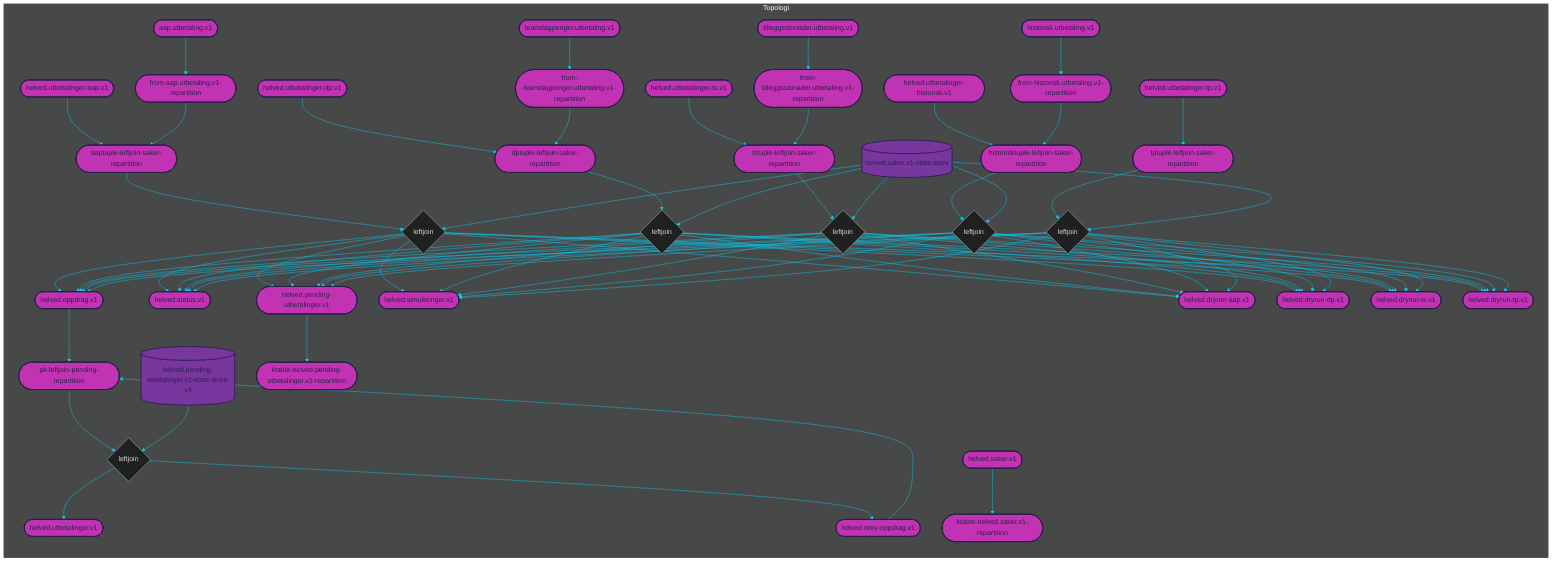
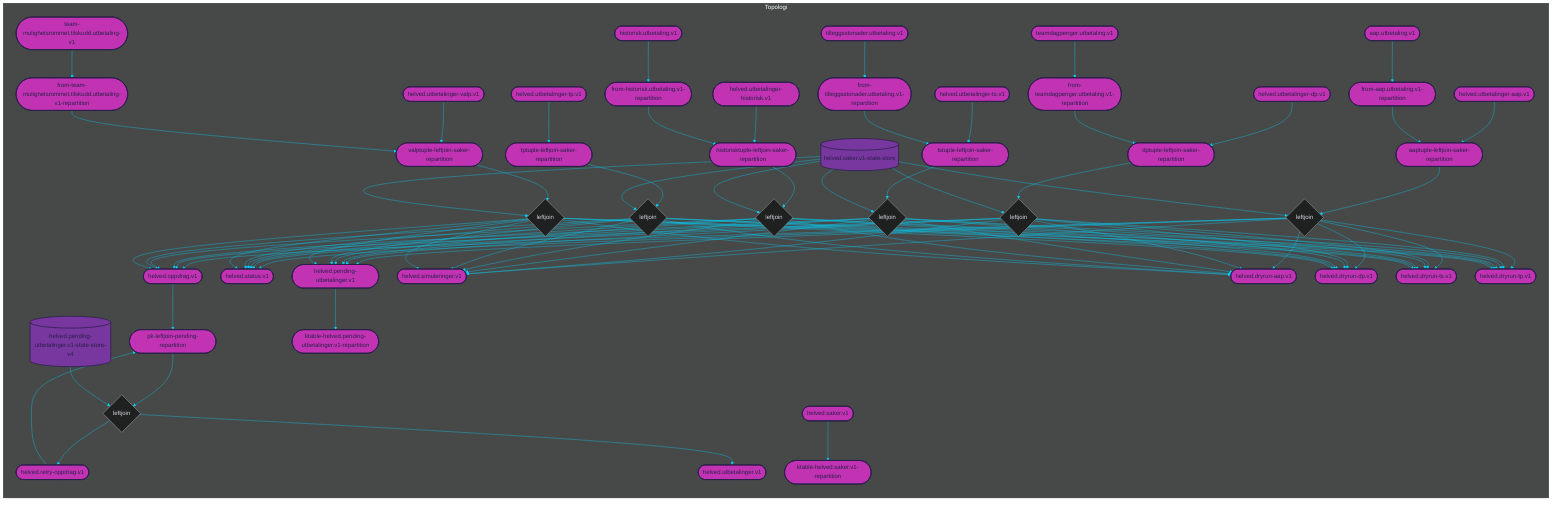

%%{init: {'theme': 'dark', 'themeVariables': { 'primaryColor': '#07cff6', 'textColor': '#dad9e0', 'lineColor': '#07cff6'}}}%%

graph LR

subgraph Topologi
    %% TOPICS
    helved.pending-utbetalinger.v1([helved.pending-utbetalinger.v1])
	ktable-helved.pending-utbetalinger.v1-repartition([ktable-helved.pending-utbetalinger.v1-repartition])
	pk-leftjoin-pending-repartition([pk-leftjoin-pending-repartition])
	helved.retry-oppdrag.v1([helved.retry-oppdrag.v1])
	helved.utbetalinger.v1([helved.utbetalinger.v1])
	helved.saker.v1([helved.saker.v1])
	ktable-helved.saker.v1-repartition([ktable-helved.saker.v1-repartition])
	aaptuple-leftjoin-saker-repartition([aaptuple-leftjoin-saker-repartition])
	dptuple-leftjoin-saker-repartition([dptuple-leftjoin-saker-repartition])
	tstuple-leftjoin-saker-repartition([tstuple-leftjoin-saker-repartition])
	historisktuple-leftjoin-saker-repartition([historisktuple-leftjoin-saker-repartition])
	tptuple-leftjoin-saker-repartition([tptuple-leftjoin-saker-repartition])
+ 	valptuple-leftjoin-saker-repartition([valptuple-leftjoin-saker-repartition])
	helved.status.v1([helved.status.v1])
	helved.oppdrag.v1([helved.oppdrag.v1])
	helved.simuleringer.v1([helved.simuleringer.v1])
	helved.dryrun-aap.v1([helved.dryrun-aap.v1])
	helved.dryrun-dp.v1([helved.dryrun-dp.v1])
	helved.dryrun-ts.v1([helved.dryrun-ts.v1])
	helved.dryrun-tp.v1([helved.dryrun-tp.v1])
	teamdagpenger.utbetaling.v1([teamdagpenger.utbetaling.v1])
	from-teamdagpenger.utbetaling.v1-repartition([from-teamdagpenger.utbetaling.v1-repartition])
	helved.utbetalinger-dp.v1([helved.utbetalinger-dp.v1])
	aap.utbetaling.v1([aap.utbetaling.v1])
	from-aap.utbetaling.v1-repartition([from-aap.utbetaling.v1-repartition])
	helved.utbetalinger-aap.v1([helved.utbetalinger-aap.v1])
	tilleggsstonader.utbetaling.v1([tilleggsstonader.utbetaling.v1])
	from-tilleggsstonader.utbetaling.v1-repartition([from-tilleggsstonader.utbetaling.v1-repartition])
	helved.utbetalinger-ts.v1([helved.utbetalinger-ts.v1])
	helved.utbetalinger-tp.v1([helved.utbetalinger-tp.v1])
	historisk.utbetaling.v1([historisk.utbetaling.v1])
	from-historisk.utbetaling.v1-repartition([from-historisk.utbetaling.v1-repartition])
	helved.utbetalinger-historisk.v1([helved.utbetalinger-historisk.v1])
+ 	team-mulighetsrommet.tilskudd.utbetaling-v1([team-mulighetsrommet.tilskudd.utbetaling-v1])
+ 	from-team-mulighetsrommet.tilskudd.utbetaling-v1-repartition([from-team-mulighetsrommet.tilskudd.utbetaling-v1-repartition])
+ 	helved.utbetalinger-valp.v1([helved.utbetalinger-valp.v1])

    %% JOINS
    pk-leftjoin-pending{leftjoin}
	aaptuple-leftjoin-saker{leftjoin}
	dptuple-leftjoin-saker{leftjoin}
	tstuple-leftjoin-saker{leftjoin}
	historisktuple-leftjoin-saker{leftjoin}
	tptuple-leftjoin-saker{leftjoin}
+ 	valptuple-leftjoin-saker{leftjoin}

    %% STATE PROCESSORS


    %% STATE STORES
    helved.pending-utbetalinger.v1-state-store-v4[(helved.pending-utbetalinger.v1-state-store-v4)]
	helved.saker.v1-state-store[(helved.saker.v1-state-store)]

    %% DATABASES



    %% PROCESSOR API JOBS


    %% JOIN STREAMS
    pk-leftjoin-pending-repartition --> pk-leftjoin-pending
	helved.pending-utbetalinger.v1-state-store-v4 --> pk-leftjoin-pending
+ 	pk-leftjoin-pending --> helved.retry-oppdrag.v1
	pk-leftjoin-pending --> helved.utbetalinger.v1
- 	pk-leftjoin-pending --> helved.retry-oppdrag.v1
	aaptuple-leftjoin-saker-repartition --> aaptuple-leftjoin-saker
	helved.saker.v1-state-store --> aaptuple-leftjoin-saker
	aaptuple-leftjoin-saker --> helved.status.v1
	aaptuple-leftjoin-saker --> helved.oppdrag.v1
	aaptuple-leftjoin-saker --> helved.pending-utbetalinger.v1
	aaptuple-leftjoin-saker --> helved.simuleringer.v1
	aaptuple-leftjoin-saker --> helved.dryrun-aap.v1
	aaptuple-leftjoin-saker --> helved.dryrun-dp.v1
	aaptuple-leftjoin-saker --> helved.dryrun-ts.v1
	aaptuple-leftjoin-saker --> helved.dryrun-tp.v1
	dptuple-leftjoin-saker-repartition --> dptuple-leftjoin-saker
	helved.saker.v1-state-store --> dptuple-leftjoin-saker
	dptuple-leftjoin-saker --> helved.status.v1
	dptuple-leftjoin-saker --> helved.dryrun-aap.v1
	dptuple-leftjoin-saker --> helved.dryrun-dp.v1
	dptuple-leftjoin-saker --> helved.dryrun-ts.v1
	dptuple-leftjoin-saker --> helved.dryrun-tp.v1
	dptuple-leftjoin-saker --> helved.simuleringer.v1
	dptuple-leftjoin-saker --> helved.pending-utbetalinger.v1
	dptuple-leftjoin-saker --> helved.oppdrag.v1
	tstuple-leftjoin-saker-repartition --> tstuple-leftjoin-saker
	helved.saker.v1-state-store --> tstuple-leftjoin-saker
	tstuple-leftjoin-saker --> helved.status.v1
	tstuple-leftjoin-saker --> helved.dryrun-aap.v1
	tstuple-leftjoin-saker --> helved.dryrun-dp.v1
	tstuple-leftjoin-saker --> helved.dryrun-ts.v1
	tstuple-leftjoin-saker --> helved.dryrun-tp.v1
	tstuple-leftjoin-saker --> helved.simuleringer.v1
	tstuple-leftjoin-saker --> helved.oppdrag.v1
	tstuple-leftjoin-saker --> helved.pending-utbetalinger.v1
	historisktuple-leftjoin-saker-repartition --> historisktuple-leftjoin-saker
	helved.saker.v1-state-store --> historisktuple-leftjoin-saker
	historisktuple-leftjoin-saker --> helved.status.v1
	historisktuple-leftjoin-saker --> helved.oppdrag.v1
	historisktuple-leftjoin-saker --> helved.pending-utbetalinger.v1
	historisktuple-leftjoin-saker --> helved.dryrun-aap.v1
	historisktuple-leftjoin-saker --> helved.dryrun-dp.v1
	historisktuple-leftjoin-saker --> helved.dryrun-ts.v1
	historisktuple-leftjoin-saker --> helved.dryrun-tp.v1
	historisktuple-leftjoin-saker --> helved.simuleringer.v1
	tptuple-leftjoin-saker-repartition --> tptuple-leftjoin-saker
	helved.saker.v1-state-store --> tptuple-leftjoin-saker
	tptuple-leftjoin-saker --> helved.status.v1
	tptuple-leftjoin-saker --> helved.pending-utbetalinger.v1
	tptuple-leftjoin-saker --> helved.oppdrag.v1
	tptuple-leftjoin-saker --> helved.simuleringer.v1
	tptuple-leftjoin-saker --> helved.dryrun-aap.v1
	tptuple-leftjoin-saker --> helved.dryrun-dp.v1
	tptuple-leftjoin-saker --> helved.dryrun-ts.v1
	tptuple-leftjoin-saker --> helved.dryrun-tp.v1
+ 	valptuple-leftjoin-saker-repartition --> valptuple-leftjoin-saker
+ 	helved.saker.v1-state-store --> valptuple-leftjoin-saker
+ 	valptuple-leftjoin-saker --> helved.status.v1
+ 	valptuple-leftjoin-saker --> helved.oppdrag.v1
+ 	valptuple-leftjoin-saker --> helved.pending-utbetalinger.v1
+ 	valptuple-leftjoin-saker --> helved.dryrun-aap.v1
+ 	valptuple-leftjoin-saker --> helved.dryrun-dp.v1
+ 	valptuple-leftjoin-saker --> helved.dryrun-ts.v1
+ 	valptuple-leftjoin-saker --> helved.dryrun-tp.v1
+ 	valptuple-leftjoin-saker --> helved.simuleringer.v1

    %% TABLE STREAMS


    %% JOB STREAMS


    %% BRANCH STREAMS


    %% REPARTITION STREAMS


    %% BASIC STREAMS
    helved.pending-utbetalinger.v1 --> ktable-helved.pending-utbetalinger.v1-repartition
	helved.saker.v1 --> ktable-helved.saker.v1-repartition
	teamdagpenger.utbetaling.v1 --> from-teamdagpenger.utbetaling.v1-repartition
	helved.utbetalinger-dp.v1 --> dptuple-leftjoin-saker-repartition
	from-teamdagpenger.utbetaling.v1-repartition --> dptuple-leftjoin-saker-repartition
	aap.utbetaling.v1 --> from-aap.utbetaling.v1-repartition
	helved.utbetalinger-aap.v1 --> aaptuple-leftjoin-saker-repartition
	from-aap.utbetaling.v1-repartition --> aaptuple-leftjoin-saker-repartition
	tilleggsstonader.utbetaling.v1 --> from-tilleggsstonader.utbetaling.v1-repartition
	helved.utbetalinger-ts.v1 --> tstuple-leftjoin-saker-repartition
	from-tilleggsstonader.utbetaling.v1-repartition --> tstuple-leftjoin-saker-repartition
	helved.utbetalinger-tp.v1 --> tptuple-leftjoin-saker-repartition
	historisk.utbetaling.v1 --> from-historisk.utbetaling.v1-repartition
	helved.utbetalinger-historisk.v1 --> historisktuple-leftjoin-saker-repartition
	from-historisk.utbetaling.v1-repartition --> historisktuple-leftjoin-saker-repartition
+ 	team-mulighetsrommet.tilskudd.utbetaling-v1 --> from-team-mulighetsrommet.tilskudd.utbetaling-v1-repartition
+ 	helved.utbetalinger-valp.v1 --> valptuple-leftjoin-saker-repartition
+ 	from-team-mulighetsrommet.tilskudd.utbetaling-v1-repartition --> valptuple-leftjoin-saker-repartition
	helved.oppdrag.v1 --> pk-leftjoin-pending-repartition
	helved.retry-oppdrag.v1 --> pk-leftjoin-pending-repartition

    %% CUSTOM PROCESS STREAMS

end

%% COLORS
%% light    #dad9e0
%% purple   #78369f
%% pink     #c233b4
%% dark     #2a204a
%% blue     #07cff6

%% STYLES
style helved.pending-utbetalinger.v1 fill:#c233b4, stroke:#2a204a, stroke-width:2px, color:#2a204a
style ktable-helved.pending-utbetalinger.v1-repartition fill:#c233b4, stroke:#2a204a, stroke-width:2px, color:#2a204a
style pk-leftjoin-pending-repartition fill:#c233b4, stroke:#2a204a, stroke-width:2px, color:#2a204a
style helved.retry-oppdrag.v1 fill:#c233b4, stroke:#2a204a, stroke-width:2px, color:#2a204a
style helved.utbetalinger.v1 fill:#c233b4, stroke:#2a204a, stroke-width:2px, color:#2a204a
style helved.saker.v1 fill:#c233b4, stroke:#2a204a, stroke-width:2px, color:#2a204a
style ktable-helved.saker.v1-repartition fill:#c233b4, stroke:#2a204a, stroke-width:2px, color:#2a204a
style aaptuple-leftjoin-saker-repartition fill:#c233b4, stroke:#2a204a, stroke-width:2px, color:#2a204a
style dptuple-leftjoin-saker-repartition fill:#c233b4, stroke:#2a204a, stroke-width:2px, color:#2a204a
style tstuple-leftjoin-saker-repartition fill:#c233b4, stroke:#2a204a, stroke-width:2px, color:#2a204a
style historisktuple-leftjoin-saker-repartition fill:#c233b4, stroke:#2a204a, stroke-width:2px, color:#2a204a
style tptuple-leftjoin-saker-repartition fill:#c233b4, stroke:#2a204a, stroke-width:2px, color:#2a204a
+ style valptuple-leftjoin-saker-repartition fill:#c233b4, stroke:#2a204a, stroke-width:2px, color:#2a204a
style helved.status.v1 fill:#c233b4, stroke:#2a204a, stroke-width:2px, color:#2a204a
style helved.oppdrag.v1 fill:#c233b4, stroke:#2a204a, stroke-width:2px, color:#2a204a
style helved.simuleringer.v1 fill:#c233b4, stroke:#2a204a, stroke-width:2px, color:#2a204a
style helved.dryrun-aap.v1 fill:#c233b4, stroke:#2a204a, stroke-width:2px, color:#2a204a
style helved.dryrun-dp.v1 fill:#c233b4, stroke:#2a204a, stroke-width:2px, color:#2a204a
style helved.dryrun-ts.v1 fill:#c233b4, stroke:#2a204a, stroke-width:2px, color:#2a204a
style helved.dryrun-tp.v1 fill:#c233b4, stroke:#2a204a, stroke-width:2px, color:#2a204a
style teamdagpenger.utbetaling.v1 fill:#c233b4, stroke:#2a204a, stroke-width:2px, color:#2a204a
style from-teamdagpenger.utbetaling.v1-repartition fill:#c233b4, stroke:#2a204a, stroke-width:2px, color:#2a204a
style helved.utbetalinger-dp.v1 fill:#c233b4, stroke:#2a204a, stroke-width:2px, color:#2a204a
style aap.utbetaling.v1 fill:#c233b4, stroke:#2a204a, stroke-width:2px, color:#2a204a
style from-aap.utbetaling.v1-repartition fill:#c233b4, stroke:#2a204a, stroke-width:2px, color:#2a204a
style helved.utbetalinger-aap.v1 fill:#c233b4, stroke:#2a204a, stroke-width:2px, color:#2a204a
style tilleggsstonader.utbetaling.v1 fill:#c233b4, stroke:#2a204a, stroke-width:2px, color:#2a204a
style from-tilleggsstonader.utbetaling.v1-repartition fill:#c233b4, stroke:#2a204a, stroke-width:2px, color:#2a204a
style helved.utbetalinger-ts.v1 fill:#c233b4, stroke:#2a204a, stroke-width:2px, color:#2a204a
style helved.utbetalinger-tp.v1 fill:#c233b4, stroke:#2a204a, stroke-width:2px, color:#2a204a
style historisk.utbetaling.v1 fill:#c233b4, stroke:#2a204a, stroke-width:2px, color:#2a204a
style from-historisk.utbetaling.v1-repartition fill:#c233b4, stroke:#2a204a, stroke-width:2px, color:#2a204a
style helved.utbetalinger-historisk.v1 fill:#c233b4, stroke:#2a204a, stroke-width:2px, color:#2a204a
+ style team-mulighetsrommet.tilskudd.utbetaling-v1 fill:#c233b4, stroke:#2a204a, stroke-width:2px, color:#2a204a
+ style from-team-mulighetsrommet.tilskudd.utbetaling-v1-repartition fill:#c233b4, stroke:#2a204a, stroke-width:2px, color:#2a204a
+ style helved.utbetalinger-valp.v1 fill:#c233b4, stroke:#2a204a, stroke-width:2px, color:#2a204a
style helved.pending-utbetalinger.v1-state-store-v4 fill:#78369f, stroke:#2a204a, stroke-width:2px, color:#2a204a
style helved.saker.v1-state-store fill:#78369f, stroke:#2a204a, stroke-width:2px, color:#2a204a

